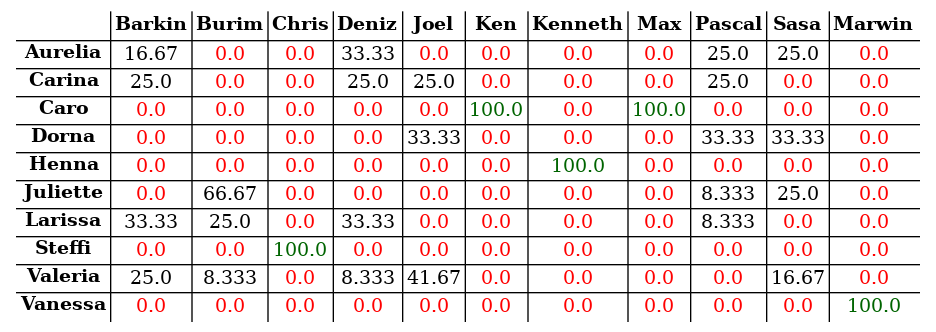
The Graphviz diagram s04/s04_tab.png in atticus-sullivan/sim-ayto, before a commit. Its source is kept beside it as s04/s04_tab.dot.
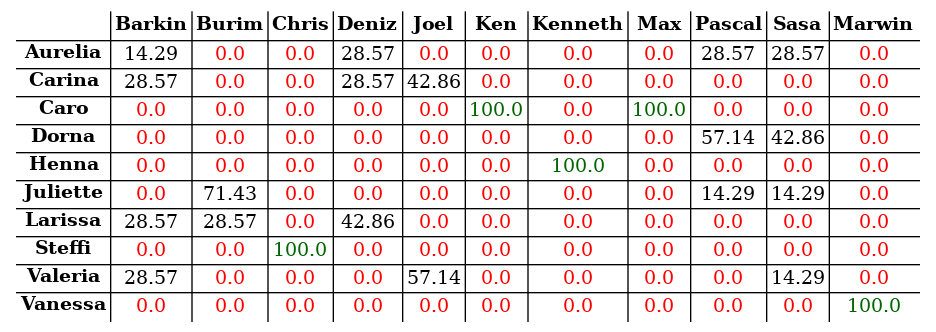
Above is the later version.

What changed in the source:
```diff
@@ -15,28 +15,28 @@
 <td><B>Marwin</B></td>
 </tr>
 <tr><td><B>Aurelia</B></td>
-<td><font color="black">16.67</font></td>
+<td><font color="black">14.29</font></td>
 <td><font color="red">0.0</font></td>
 <td><font color="red">0.0</font></td>
-<td><font color="black">33.33</font></td>
+<td><font color="black">28.57</font></td>
 <td><font color="red">0.0</font></td>
 <td><font color="red">0.0</font></td>
 <td><font color="red">0.0</font></td>
 <td><font color="red">0.0</font></td>
-<td><font color="black">25.0</font></td>
-<td><font color="black">25.0</font></td>
+<td><font color="black">28.57</font></td>
+<td><font color="black">28.57</font></td>
 <td><font color="red">0.0</font></td>
 </tr>
 <tr><td><B>Carina</B></td>
-<td><font color="black">25.0</font></td>
+<td><font color="black">28.57</font></td>
 <td><font color="red">0.0</font></td>
 <td><font color="red">0.0</font></td>
-<td><font color="black">25.0</font></td>
-<td><font color="black">25.0</font></td>
+<td><font color="black">28.57</font></td>
+<td><font color="black">42.86</font></td>
 <td><font color="red">0.0</font></td>
 <td><font color="red">0.0</font></td>
 <td><font color="red">0.0</font></td>
-<td><font color="black">25.0</font></td>
+<td><font color="red">0.0</font></td>
 <td><font color="red">0.0</font></td>
 <td><font color="red">0.0</font></td>
 </tr>
@@ -58,12 +58,12 @@
 <td><font color="red">0.0</font></td>
 <td><font color="red">0.0</font></td>
 <td><font color="red">0.0</font></td>
-<td><font color="black">33.33</font></td>
 <td><font color="red">0.0</font></td>
 <td><font color="red">0.0</font></td>
 <td><font color="red">0.0</font></td>
-<td><font color="black">33.33</font></td>
-<td><font color="black">33.33</font></td>
+<td><font color="red">0.0</font></td>
+<td><font color="black">57.14</font></td>
+<td><font color="black">42.86</font></td>
 <td><font color="red">0.0</font></td>
 </tr>
 <tr><td><B>Henna</B></td>
@@ -81,27 +81,27 @@
 </tr>
 <tr><td><B>Juliette</B></td>
 <td><font color="red">0.0</font></td>
-<td><font color="black">66.67</font></td>
+<td><font color="black">71.43</font></td>
 <td><font color="red">0.0</font></td>
 <td><font color="red">0.0</font></td>
 <td><font color="red">0.0</font></td>
 <td><font color="red">0.0</font></td>
 <td><font color="red">0.0</font></td>
 <td><font color="red">0.0</font></td>
-<td><font color="black">8.333</font></td>
-<td><font color="black">25.0</font></td>
+<td><font color="black">14.29</font></td>
+<td><font color="black">14.29</font></td>
 <td><font color="red">0.0</font></td>
 </tr>
 <tr><td><B>Larissa</B></td>
-<td><font color="black">33.33</font></td>
-<td><font color="black">25.0</font></td>
+<td><font color="black">28.57</font></td>
+<td><font color="black">28.57</font></td>
 <td><font color="red">0.0</font></td>
-<td><font color="black">33.33</font></td>
+<td><font color="black">42.86</font></td>
 <td><font color="red">0.0</font></td>
 <td><font color="red">0.0</font></td>
 <td><font color="red">0.0</font></td>
 <td><font color="red">0.0</font></td>
-<td><font color="black">8.333</font></td>
+<td><font color="red">0.0</font></td>
 <td><font color="red">0.0</font></td>
 <td><font color="red">0.0</font></td>
 </tr>
@@ -119,16 +119,16 @@
 <td><font color="red">0.0</font></td>
 </tr>
 <tr><td><B>Valeria</B></td>
-<td><font color="black">25.0</font></td>
-<td><font color="black">8.333</font></td>
+<td><font color="black">28.57</font></td>
 <td><font color="red">0.0</font></td>
-<td><font color="black">8.333</font></td>
-<td><font color="black">41.67</font></td>
+<td><font color="red">0.0</font></td>
+<td><font color="red">0.0</font></td>
+<td><font color="black">57.14</font></td>
 <td><font color="red">0.0</font></td>
 <td><font color="red">0.0</font></td>
 <td><font color="red">0.0</font></td>
 <td><font color="red">0.0</font></td>
-<td><font color="black">16.67</font></td>
+<td><font color="black">14.29</font></td>
 <td><font color="red">0.0</font></td>
 </tr>
 <tr><td><B>Vanessa</B></td>
```
